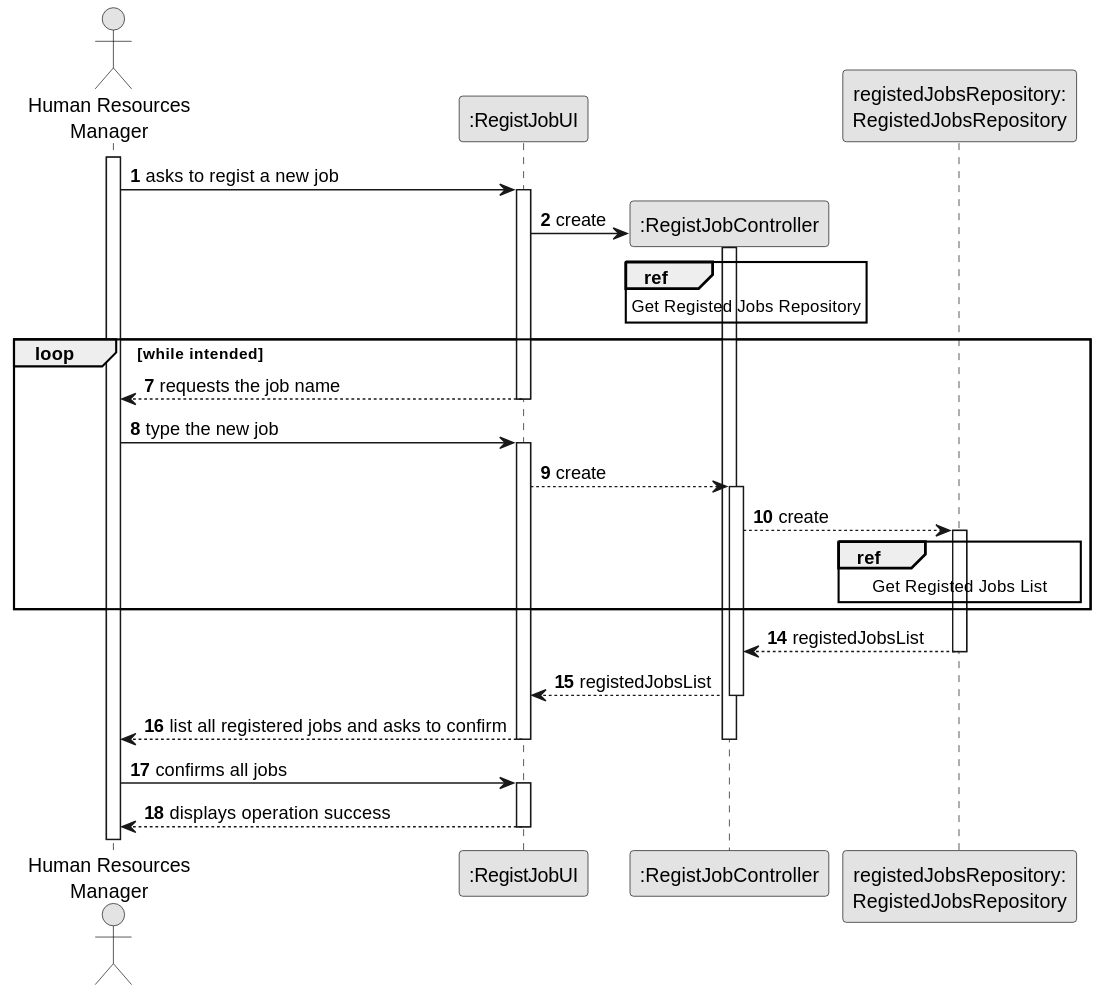
Above: docs/sprint2/us002/03.design/svg/us002-sequence-diagram-split.svg in 1231360-ISEP/lei-24-s2-1db-g021 (PlantUML), before the change.
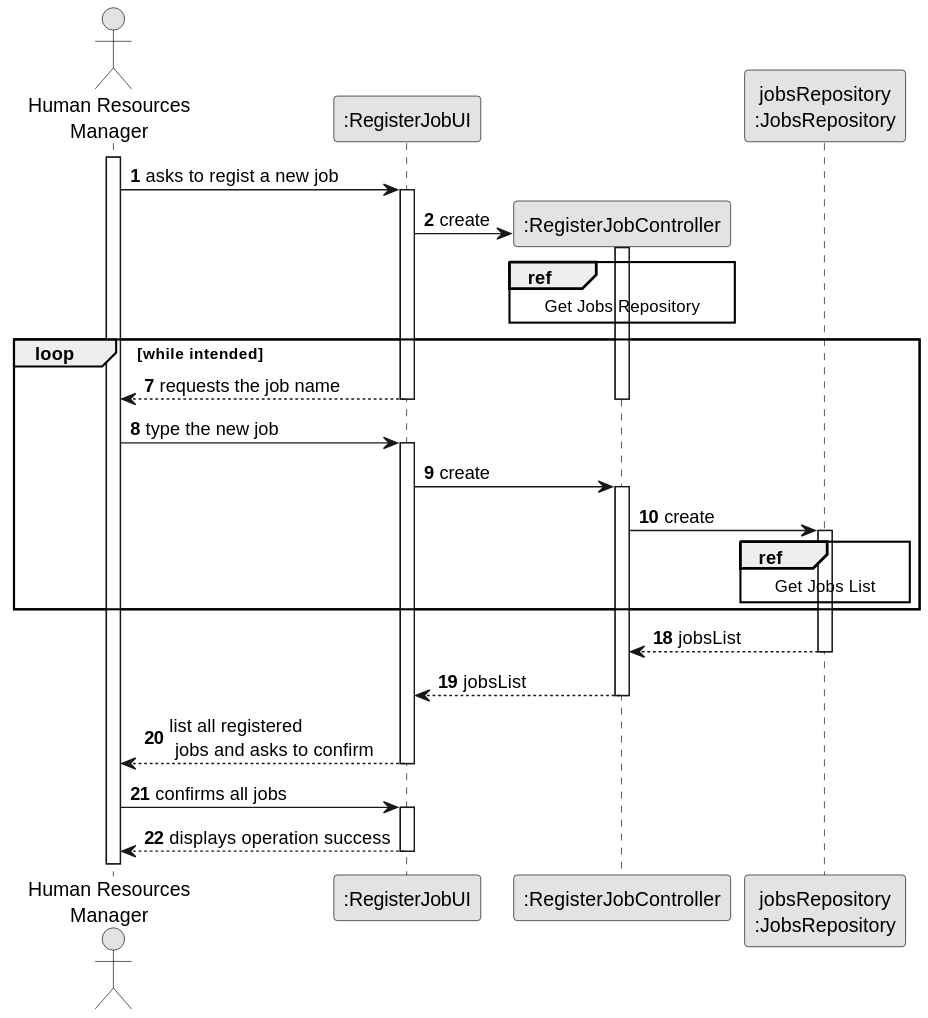
The same file after the commit.

Change to the diagram source:
```diff
@@ -4,45 +4,65 @@
 skinparam shadowing false
 
 actor "Human Resources\nManager" as HRM
-participant ":RegistJobUI" as UI
-participant ":RegistJobController" as CTRL
-participant "registedJobsRepository:\nRegistedJobsRepository" as RegistedJobsRepository
+participant ":RegisterJobUI" as UI
+participant ":RegisterJobController" as CTRL
+participant "jobsRepository\n:JobsRepository" as JobsRepository
 
 autonumber 1
 
 activate HRM
+
     HRM -> UI : asks to regist a new job
+activate UI
+
+    UI -> CTRL** : create
+
+activate CTRL
+
+ref over CTRL
+    Get Jobs Repository
+end ref
+
+deactivate CTRL
+
+loop while intended
+
+    autonumber 7
+        UI --> HRM : requests the job name
+    deactivate CTRL
+    deactivate UI
+
+
+    HRM -> UI : type the new job
     activate UI
-        UI -> CTRL** : create
-        activate CTRL
-        ref over CTRL
-            Get Registed Jobs Repository
-        end ref
+        UI -> CTRL: create
+    activate CTRL
 
-    loop while intended
-            autonumber 7
-            UI --> HRM : requests the job name
-        deactivate UI
-        HRM -> UI : type the new job
-        activate UI
-            UI --> CTRL: create
-        activate CTRL
-            CTRL --> RegistedJobsRepository : create
-            activate RegistedJobsRepository
-            autonumber 14
-            ref over RegistedJobsRepository
-                Get Registed Jobs List
-            end ref
-    end
-                RegistedJobsRepository --> CTRL : registedJobsList
-            deactivate RegistedJobsRepository
-            CTRL --> UI : registedJobsList
-        deactivate CTRL
-        UI --> HRM : list all registered jobs and asks to confirm
-            deactivate CTRL
-        deactivate UI
-    HRM -> UI : confirms all jobs
-    activate UI
-    UI --> HRM : displays operation success
-    deactivate UI
+        CTRL -> JobsRepository : create
+    activate JobsRepository
+
+    ref over JobsRepository
+        Get Jobs List
+    end ref
+
+end
+
+autonumber 18
+
+JobsRepository --> CTRL : jobsList
+deactivate JobsRepository
+
+CTRL --> UI : jobsList
+deactivate CTRL
+
+UI --> HRM : list all registered\n jobs and asks to confirm
+
+deactivate CTRL
+deactivate UI
+
+HRM -> UI : confirms all jobs
+activate UI
+
+UI --> HRM : displays operation success
+deactivate UI
 @enduml
```
